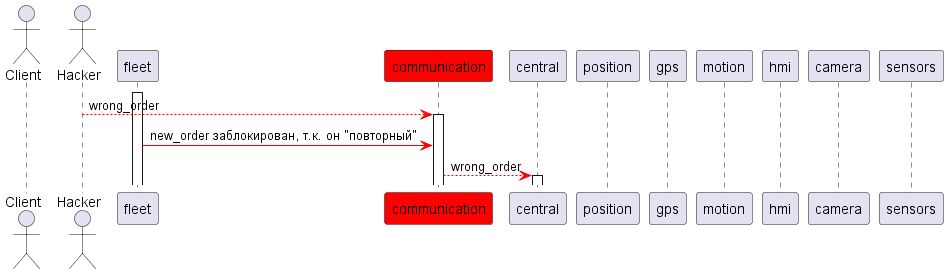
Fishonground/Delivery keeps this PlantUML diagram as pics/sd_2.png. Above is the earlier version.
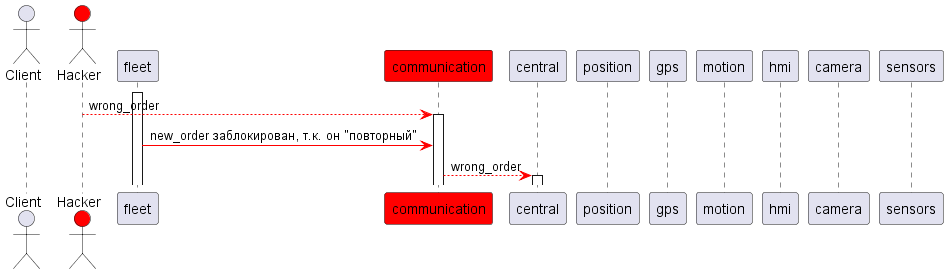
Later version of the same file.

What changed in the source:
```diff
@@ -1,6 +1,6 @@
 @startuml
 actor "Client" as c
-actor "Hacker" as h
+actor "Hacker" as h #red
 participant fleet
 participant communication #red
 participant central
```
